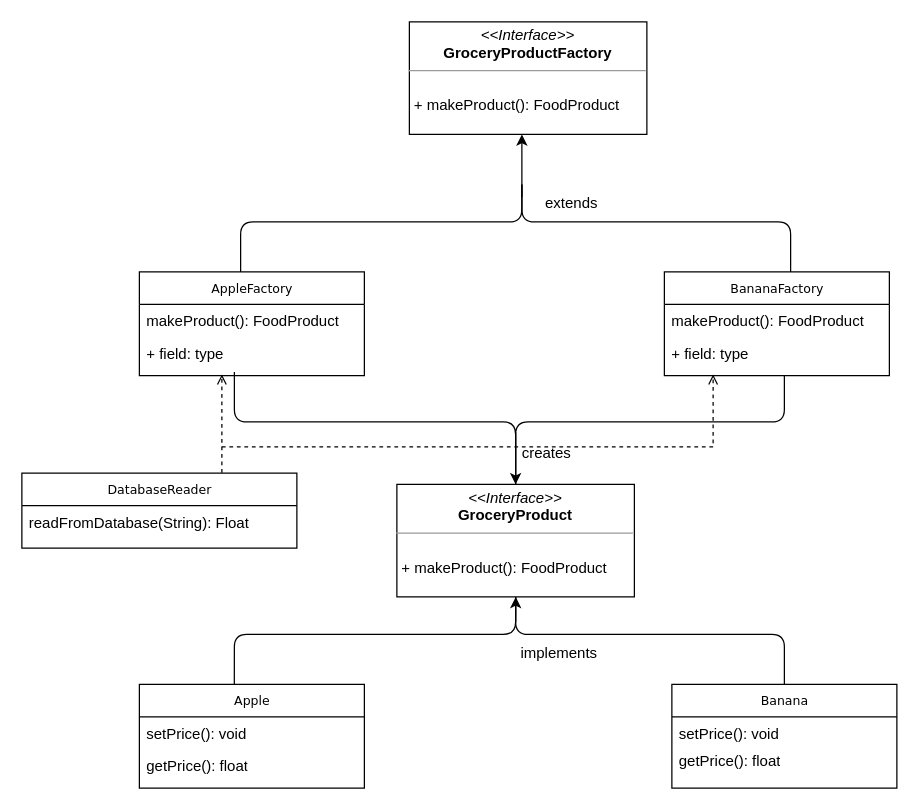
tanish1409/Design_and_Architecture_1 keeps this draw.io diagram as UML_MODEL.drawio. Above is the earlier version. Source tidied: cells renumbered, new cells numbered last; positions are measured from the earlier drawing's top-left corner, leaving out a move shared by most shapes. Both pictures are drawn from the tidied source at 125%, with x=0, y=0 at pixel (21, 21).
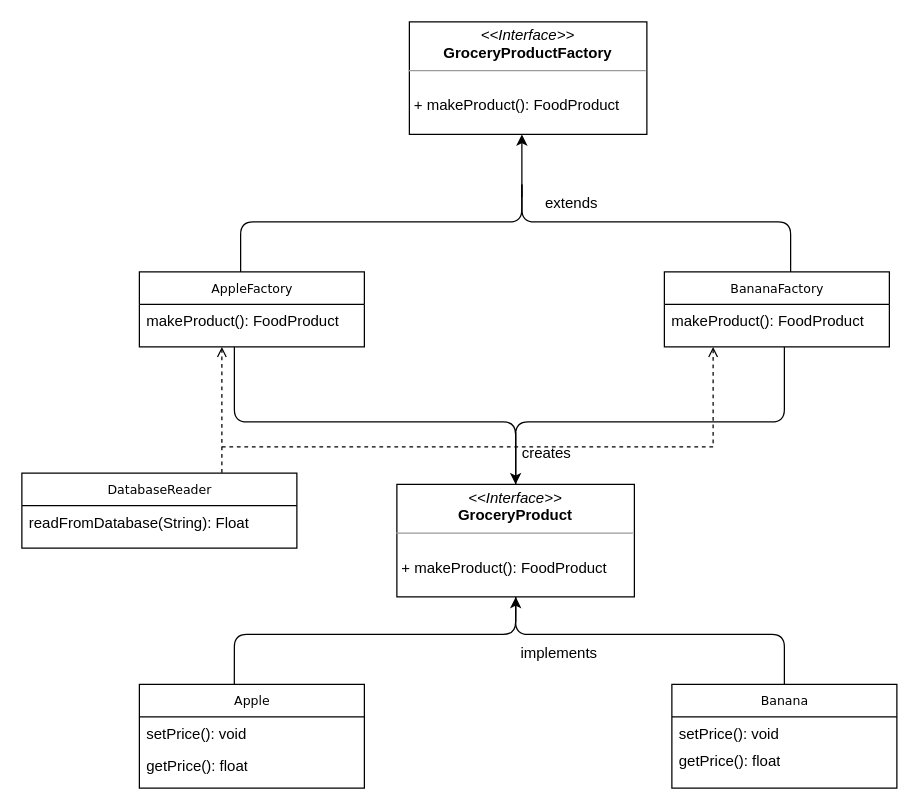
The same page after the edit.

Unchanged cells that the change refers to:
```xml
<mxCell id="9" value="&lt;p style=&quot;margin:0px;margin-top:4px;text-align:center;&quot;&gt;&lt;i&gt;&amp;lt;&amp;lt;Interface&amp;gt;&amp;gt;&lt;/i&gt;&lt;br&gt;&lt;b&gt;GroceryProduct&lt;/b&gt;&lt;/p&gt;&lt;hr size=&quot;1&quot;&gt;&lt;p style=&quot;margin:0px;margin-left:4px;&quot;&gt;&lt;br&gt;&lt;/p&gt;&lt;p style=&quot;margin:0px;margin-left:4px;&quot;&gt;+ makeProduct(): FoodProduct&lt;br&gt;&lt;/p&gt;" style="verticalAlign=top;align=left;overflow=fill;fontSize=12;fontFamily=Helvetica;html=1;rounded=0;shadow=0;comic=0;labelBackgroundColor=none;strokeWidth=1;" parent="1" vertex="1">
  <mxGeometry x="300" y="370" width="190" height="90" as="geometry" />
</mxCell>
```

What changed in the source:
```diff
@@
     <mxCell id="2" value="BananaFactory" style="swimlane;html=1;fontStyle=0;horizontal=1;startSize=26;fillColor=none;swimlaneFillColor=#ffffff;rounded=0;shadow=0;comic=0;labelBackgroundColor=none;strokeWidth=1;fontFamily=Verdana;fontSize=10;align=center;" parent="1" vertex="1">
-      <mxGeometry x="514" y="200" width="180" height="83" as="geometry" />
+      <mxGeometry x="514" y="200" width="180" height="60" as="geometry" />
     </mxCell>
@@
-    <mxCell id="4" value="+ field: type" style="text;html=1;strokeColor=none;fillColor=none;align=left;verticalAlign=top;spacingLeft=4;spacingRight=4;whiteSpace=wrap;overflow=hidden;" parent="2" vertex="1">
-      <mxGeometry y="52" width="180" height="26" as="geometry" />
-    </mxCell>
@@
     <mxCell id="6" value="AppleFactory" style="swimlane;html=1;fontStyle=0;horizontal=1;startSize=26;fillColor=none;swimlaneFillColor=#ffffff;rounded=0;shadow=0;comic=0;labelBackgroundColor=none;strokeWidth=1;fontFamily=Verdana;fontSize=10;align=center;" parent="1" vertex="1">
-      <mxGeometry x="94" y="200" width="180" height="83" as="geometry" />
+      <mxGeometry x="94" y="200" width="180" height="60" as="geometry" />
     </mxCell>
@@
-    <mxCell id="8" value="+ field: type" style="text;html=1;strokeColor=none;fillColor=none;align=left;verticalAlign=top;spacingLeft=4;spacingRight=4;whiteSpace=wrap;overflow=hidden;" parent="6" vertex="1">
-      <mxGeometry y="52" width="180" height="26" as="geometry" />
-    </mxCell>
@@
     <mxCell id="16" style="endArrow=none;html=1;rounded=1;exitX=0.5;exitY=0;exitDx=0;exitDy=0;" parent="1" edge="1" source="9">
       <mxGeometry relative="1" as="geometry">
-        <mxPoint x="610" y="283" as="targetPoint" />
+        <mxPoint x="610" y="260" as="targetPoint" />
         <Array as="points">
           <mxPoint x="395" y="320" />
           <mxPoint x="610" y="320" />
         </Array>
       </mxGeometry>
     </mxCell>
     <mxCell id="17" style="endArrow=none;html=1;rounded=1;" parent="1" edge="1">
       <mxGeometry relative="1" as="geometry">
-        <mxPoint x="170" y="280" as="sourcePoint" />
+        <mxPoint x="170" y="260" as="sourcePoint" />
         <mxPoint x="395" y="370" as="targetPoint" />
         <Array as="points">
           <mxPoint x="170" y="320" />
           <mxPoint x="395" y="320" />
         </Array>
       </mxGeometry>
     </mxCell>
@@
     <mxCell id="29" style="endArrow=open;html=1;rounded=0;align=center;verticalAlign=bottom;dashed=1;endFill=0;labelBackgroundColor=none;exitX=0.7;exitY=-0.023;exitDx=0;exitDy=0;exitPerimeter=0;" parent="1" edge="1">
       <mxGeometry relative="1" as="geometry">
         <mxPoint x="160" y="360.6" as="sourcePoint" />
-        <mxPoint x="160" y="282" as="targetPoint" />
+        <mxPoint x="160" y="260" as="targetPoint" />
       </mxGeometry>
     </mxCell>
@@
-    <mxCell id="31" style="endArrow=open;html=1;rounded=0;align=center;verticalAlign=bottom;dashed=1;endFill=0;labelBackgroundColor=none;entryX=0.109;entryY=1.162;entryDx=0;entryDy=0;entryPerimeter=0;" parent="1" edge="1">
+    <mxCell id="31" style="endArrow=open;html=1;rounded=0;align=center;verticalAlign=bottom;dashed=1;endFill=0;labelBackgroundColor=none;" parent="1" edge="1">
       <mxGeometry relative="1" as="geometry">
         <mxPoint x="160" y="340" as="sourcePoint" />
-        <mxPoint x="553" y="282" as="targetPoint" />
+        <mxPoint x="553" y="260" as="targetPoint" />
         <Array as="points">
           <mxPoint x="553" y="340" />
         </Array>
       </mxGeometry>
     </mxCell>
```
